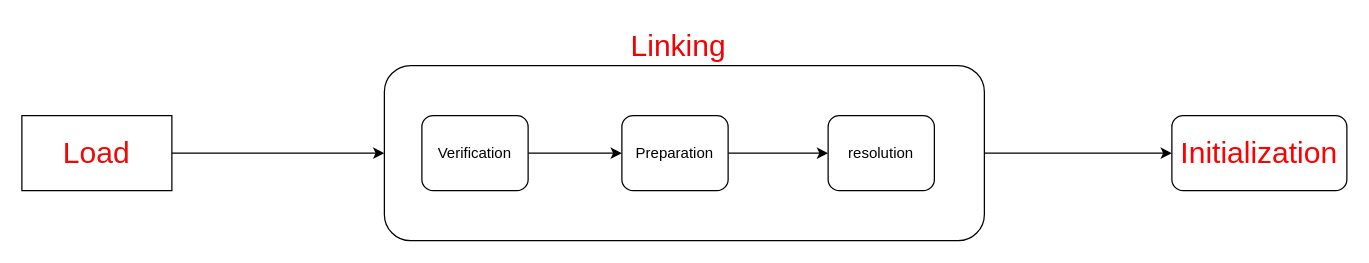
The draw.io diagram ClassLoaderSteps.drawio in JoeChen-YT/JVM-Document, before the edit. Source tidied: cells renumbered, new cells numbered last; positions are measured from the earlier drawing's top-left corner, leaving out a move shared by most shapes. Both pictures are drawn from the tidied source at 125%, with x=0, y=0 at pixel (21, 21).
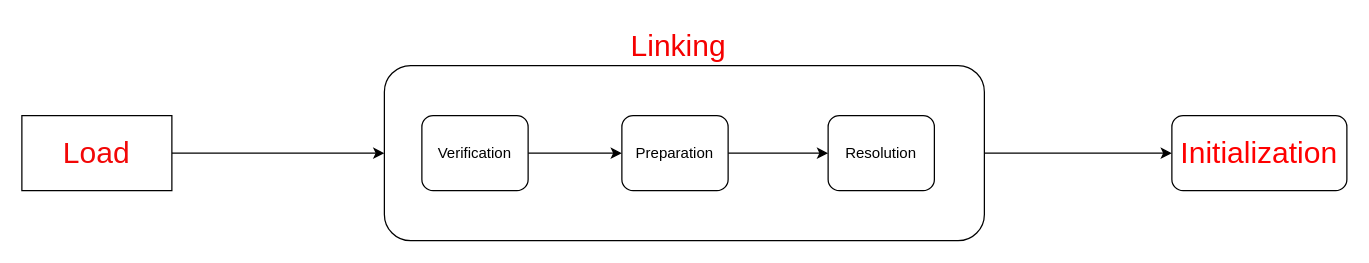
The same diagram, later.

The edit, as a diff of the source:
```diff
@@
 <mxGraphModel>
   <root>
     <mxCell id="0" />
     <mxCell id="1" parent="0" />
     <mxCell id="2" style="edgeStyle=orthogonalEdgeStyle;rounded=0;jettySize=auto;html=1;entryX=0;entryY=0.5;entryDx=0;entryDy=0;" parent="1" edge="1" source="3" target="5">
       <mxGeometry relative="1" as="geometry" />
     </mxCell>
     <mxCell id="3" value="&lt;font style=&quot;font-size: 24px;&quot;&gt;Load&lt;/font&gt;" style="rounded=0;whiteSpace=wrap;html=1;fontSize=24;fontColor=#f20707;" parent="1" vertex="1">
       <mxGeometry y="75" width="120" height="60" as="geometry" />
     </mxCell>
     <mxCell id="4" style="edgeStyle=orthogonalEdgeStyle;rounded=0;jettySize=auto;html=1;" parent="1" edge="1" source="5" target="11">
       <mxGeometry relative="1" as="geometry" />
     </mxCell>
     <mxCell id="5" style="rounded=1;whiteSpace=wrap;html=1;" parent="1" vertex="1">
       <mxGeometry x="290" y="35" width="480" height="140" as="geometry" />
     </mxCell>
     <mxCell id="6" style="edgeStyle=orthogonalEdgeStyle;rounded=0;jettySize=auto;html=1;" parent="1" edge="1" source="7" target="9">
       <mxGeometry relative="1" as="geometry" />
     </mxCell>
     <mxCell id="7" value="Verification" style="rounded=1;whiteSpace=wrap;html=1;" parent="1" vertex="1">
       <mxGeometry x="320" y="75" width="85" height="60" as="geometry" />
     </mxCell>
     <mxCell id="8" style="edgeStyle=orthogonalEdgeStyle;rounded=0;jettySize=auto;html=1;" parent="1" edge="1" source="9" target="10">
       <mxGeometry relative="1" as="geometry" />
     </mxCell>
     <mxCell id="9" value="Preparation" style="whiteSpace=wrap;html=1;rounded=1;" parent="1" vertex="1">
       <mxGeometry x="480" y="75" width="85" height="60" as="geometry" />
     </mxCell>
-    <mxCell id="10" value="resolution" style="whiteSpace=wrap;html=1;rounded=1;" parent="1" vertex="1">
+    <mxCell id="10" value="Resolution" style="whiteSpace=wrap;html=1;rounded=1;" parent="1" vertex="1">
       <mxGeometry x="645" y="75" width="85" height="60" as="geometry" />
     </mxCell>
     <mxCell id="11" value="Initialization" style="whiteSpace=wrap;html=1;rounded=1;fontSize=24;fontColor=#ff0000;" parent="1" vertex="1">
       <mxGeometry x="920" y="75" width="140" height="60" as="geometry" />
     </mxCell>
     <mxCell id="12" value="Linking" style="text;html=1;align=center;verticalAlign=middle;strokeColor=none;fillColor=none;fontSize=24;fontColor=#f50000;" parent="1" vertex="1">
       <mxGeometry x="475" width="100" height="40" as="geometry" />
     </mxCell>
   </root>
 </mxGraphModel>
```
